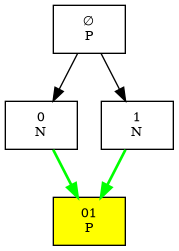
Above: game_tree/decision_tree_01.png in AdirAli/sparse-ruler-n-p-position (Graphviz), before the change. Its source is kept beside it as game_tree/decision_tree_01.dot.
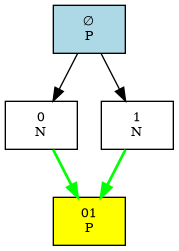
Above is the later version.

The edit, as a diff of the source:
```diff
@@ -1,7 +1,7 @@
 digraph G {
   rankdir=TB;
   node [shape=box, fontsize=10];
-  n0 [label="∅\nP"];
+  n0 [label="∅\nP", style=filled, fillcolor=lightblue];
   n1 [label="0\nN"];
   n2 [label="01\nP", style=filled, fillcolor=yellow];
   n3 [label="1\nN"];
```
